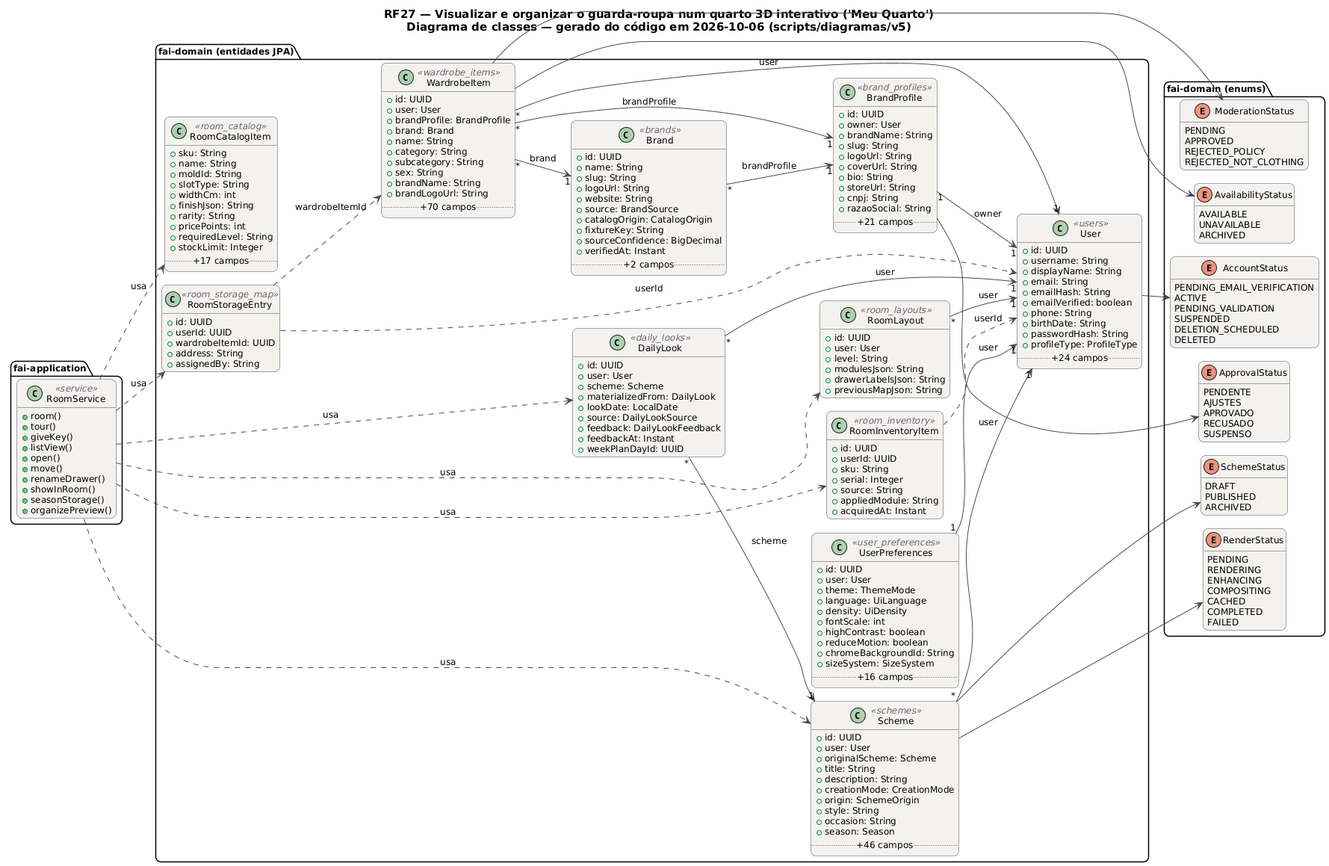
The PlantUML diagram docs/diagramas/RF27/RF27_Classes.png in MatheusHaliski/tcc-2026-fashion-ai-backend, before a commit.
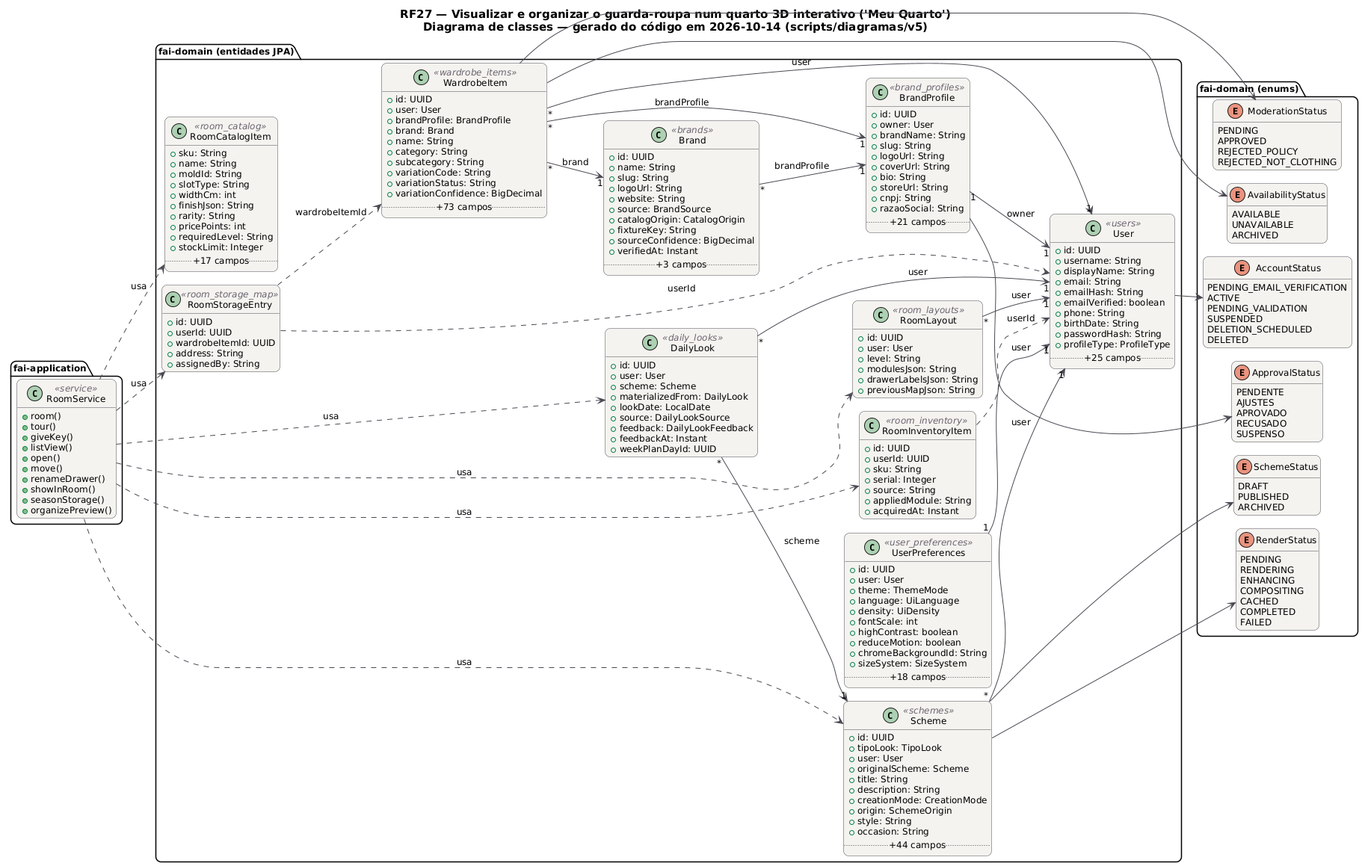
The same diagram one commit later.

The edit, as a diff of the source:
```diff
@@ -20,7 +20,7 @@
 }
 hide empty members
 left to right direction
-title RF27 — Visualizar e organizar o guarda-roupa num quarto 3D interativo ('Meu Quarto')\nDiagrama de classes — gerado do código em 2026-10-06 (scripts/diagramas/v5)
+title RF27 — Visualizar e organizar o guarda-roupa num quarto 3D interativo ('Meu Quarto')\nDiagrama de classes — gerado do código em 2026-10-14 (scripts/diagramas/v5)
 
 package "fai-domain (entidades JPA)" {
   class Brand <<brands>> {
@@ -34,7 +34,7 @@
     +fixtureKey: String
     +sourceConfidence: BigDecimal
     +verifiedAt: Instant
-    .. +2 campos ..
+    .. +3 campos ..
   }
   class BrandProfile <<brand_profiles>> {
     +id: UUID
@@ -99,6 +99,7 @@
   }
   class Scheme <<schemes>> {
     +id: UUID
+    +tipoLook: TipoLook
     +user: User
     +originalScheme: Scheme
     +title: String
@@ -107,8 +108,7 @@
     +origin: SchemeOrigin
     +style: String
     +occasion: String
-    +season: Season
-    .. +46 campos ..
+    .. +44 campos ..
   }
   class User <<users>> {
     +id: UUID
@@ -121,7 +121,7 @@
     +birthDate: String
     +passwordHash: String
     +profileType: ProfileType
-    .. +24 campos ..
+    .. +25 campos ..
   }
   class UserPreferences <<user_preferences>> {
     +id: UUID
@@ -134,7 +134,7 @@
     +reduceMotion: boolean
     +chromeBackgroundId: String
     +sizeSystem: SizeSystem
-    .. +16 campos ..
+    .. +18 campos ..
   }
   class WardrobeItem <<wardrobe_items>> {
     +id: UUID
@@ -144,10 +144,10 @@
     +name: String
     +category: String
     +subcategory: String
-    +sex: String
-    +brandName: String
-    +brandLogoUrl: String
-    .. +70 campos ..
+    +variationCode: String
+    +variationStatus: String
+    +variationConfidence: BigDecimal
+    .. +73 campos ..
   }
 }
 package "fai-domain (enums)" {
```
